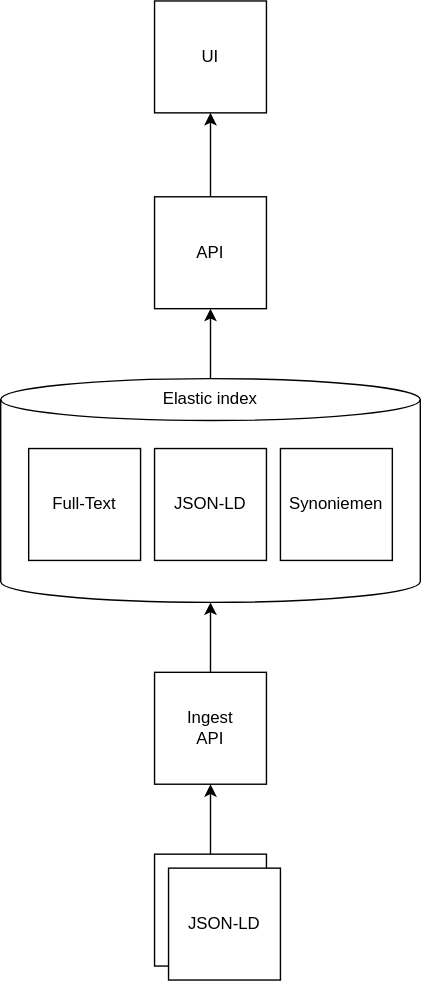
This is img/opzet_diagram.svg from structs-nl/zoekintranscripties, a draw.io export, as it was before one commit. Source tidied: cells renumbered, new cells last; positions are measured from the earlier drawing's top-left corner, leaving out a move shared by most shapes. Source of this version:
```xml
<mxGraphModel>
  <root>
    <mxCell id="0" />
    <mxCell id="1" parent="0" />
    <mxCell id="2" style="shape=cylinder3;whiteSpace=wrap;html=1;boundedLbl=1;backgroundOutline=1;size=15;" parent="1" vertex="1">
      <mxGeometry y="270" width="300" height="160" as="geometry" />
    </mxCell>
    <mxCell id="3" value="UI" style="whiteSpace=wrap;html=1;" parent="1" vertex="1">
      <mxGeometry x="110" width="80" height="80" as="geometry" />
    </mxCell>
    <mxCell id="4" value="API" style="whiteSpace=wrap;html=1;" parent="1" vertex="1">
      <mxGeometry x="110" y="140" width="80" height="80" as="geometry" />
    </mxCell>
    <mxCell id="5" value="JSON-LD" style="whiteSpace=wrap;html=1;" parent="1" vertex="1">
      <mxGeometry x="110" y="320" width="80" height="80" as="geometry" />
    </mxCell>
    <mxCell id="6" value="Ingest&lt;br&gt;API" style="whiteSpace=wrap;html=1;" parent="1" vertex="1">
      <mxGeometry x="110" y="480" width="80" height="80" as="geometry" />
    </mxCell>
    <mxCell id="7" value="Synoniemen" style="whiteSpace=wrap;html=1;" parent="1" vertex="1">
      <mxGeometry x="200" y="320" width="80" height="80" as="geometry" />
    </mxCell>
    <mxCell id="8" value="Full-Text" style="whiteSpace=wrap;html=1;" parent="1" vertex="1">
      <mxGeometry x="20" y="320" width="80" height="80" as="geometry" />
    </mxCell>
    <mxCell id="9" value="Elastic index" style="text;html=1;strokeColor=none;fillColor=none;align=center;verticalAlign=middle;whiteSpace=wrap;rounded=0;" parent="1" vertex="1">
      <mxGeometry x="90" y="270" width="120" height="30" as="geometry" />
    </mxCell>
    <mxCell id="10" style="endArrow=classic;html=1;rounded=0;exitX=0.5;exitY=0;exitDx=0;exitDy=0;" parent="1" edge="1" source="4" target="3">
      <mxGeometry relative="1" as="geometry" />
    </mxCell>
    <mxCell id="11" style="endArrow=classic;html=1;rounded=0;exitX=0.5;exitY=0;exitDx=0;exitDy=0;entryX=0.5;entryY=1;entryDx=0;entryDy=0;" parent="1" edge="1" source="9" target="4">
      <mxGeometry relative="1" as="geometry" />
    </mxCell>
    <mxCell id="12" style="endArrow=classic;html=1;rounded=0;entryX=0.5;entryY=1;entryDx=0;entryDy=0;entryPerimeter=0;" parent="1" edge="1" target="2">
      <mxGeometry relative="1" as="geometry">
        <mxPoint x="150" y="480" as="sourcePoint" />
      </mxGeometry>
    </mxCell>
    <mxCell id="13" style="endArrow=classic;html=1;rounded=0;entryX=0.5;entryY=1;entryDx=0;entryDy=0;exitX=0.5;exitY=0;exitDx=0;exitDy=0;" parent="1" edge="1" source="14" target="6">
      <mxGeometry relative="1" as="geometry" />
    </mxCell>
    <mxCell id="14" style="whiteSpace=wrap;html=1;" parent="1" vertex="1">
      <mxGeometry x="110" y="610" width="80" height="80" as="geometry" />
    </mxCell>
    <mxCell id="15" value="JSON-LD" style="whiteSpace=wrap;html=1;" parent="1" vertex="1">
      <mxGeometry x="120" y="620" width="80" height="80" as="geometry" />
    </mxCell>
  </root>
</mxGraphModel>
```
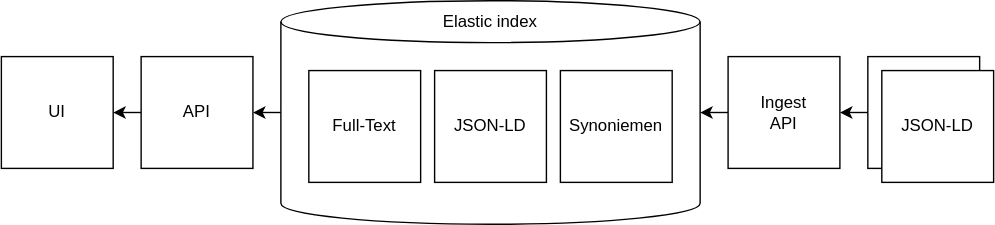
The same file after the commit.

Commit message:
horizontal diagram

The edit, as a diff of the source:
```diff
@@ -3,48 +3,46 @@
     <mxCell id="0" />
     <mxCell id="1" parent="0" />
     <mxCell id="2" style="shape=cylinder3;whiteSpace=wrap;html=1;boundedLbl=1;backgroundOutline=1;size=15;" parent="1" vertex="1">
-      <mxGeometry y="270" width="300" height="160" as="geometry" />
+      <mxGeometry x="30" y="270" width="300" height="160" as="geometry" />
     </mxCell>
     <mxCell id="3" value="UI" style="whiteSpace=wrap;html=1;" parent="1" vertex="1">
-      <mxGeometry x="110" width="80" height="80" as="geometry" />
+      <mxGeometry x="-170" y="310" width="80" height="80" as="geometry" />
     </mxCell>
     <mxCell id="4" value="API" style="whiteSpace=wrap;html=1;" parent="1" vertex="1">
-      <mxGeometry x="110" y="140" width="80" height="80" as="geometry" />
+      <mxGeometry x="-70" y="310" width="80" height="80" as="geometry" />
     </mxCell>
     <mxCell id="5" value="JSON-LD" style="whiteSpace=wrap;html=1;" parent="1" vertex="1">
-      <mxGeometry x="110" y="320" width="80" height="80" as="geometry" />
+      <mxGeometry x="140" y="320" width="80" height="80" as="geometry" />
     </mxCell>
     <mxCell id="6" value="Ingest&lt;br&gt;API" style="whiteSpace=wrap;html=1;" parent="1" vertex="1">
-      <mxGeometry x="110" y="480" width="80" height="80" as="geometry" />
+      <mxGeometry x="350" y="310" width="80" height="80" as="geometry" />
     </mxCell>
     <mxCell id="7" value="Synoniemen" style="whiteSpace=wrap;html=1;" parent="1" vertex="1">
-      <mxGeometry x="200" y="320" width="80" height="80" as="geometry" />
+      <mxGeometry x="230" y="320" width="80" height="80" as="geometry" />
     </mxCell>
     <mxCell id="8" value="Full-Text" style="whiteSpace=wrap;html=1;" parent="1" vertex="1">
-      <mxGeometry x="20" y="320" width="80" height="80" as="geometry" />
+      <mxGeometry x="50" y="320" width="80" height="80" as="geometry" />
     </mxCell>
     <mxCell id="9" value="Elastic index" style="text;html=1;strokeColor=none;fillColor=none;align=center;verticalAlign=middle;whiteSpace=wrap;rounded=0;" parent="1" vertex="1">
-      <mxGeometry x="90" y="270" width="120" height="30" as="geometry" />
+      <mxGeometry x="120" y="270" width="120" height="30" as="geometry" />
     </mxCell>
-    <mxCell id="10" style="endArrow=classic;html=1;rounded=0;exitX=0.5;exitY=0;exitDx=0;exitDy=0;" parent="1" edge="1" source="4" target="3">
+    <mxCell id="10" style="endArrow=classic;html=1;rounded=0;exitX=0;exitY=0.5;exitDx=0;exitDy=0;entryX=1;entryY=0.5;entryDx=0;entryDy=0;" parent="1" edge="1" source="4" target="3">
       <mxGeometry relative="1" as="geometry" />
     </mxCell>
-    <mxCell id="11" style="endArrow=classic;html=1;rounded=0;exitX=0.5;exitY=0;exitDx=0;exitDy=0;entryX=0.5;entryY=1;entryDx=0;entryDy=0;" parent="1" edge="1" source="9" target="4">
+    <mxCell id="11" style="endArrow=classic;html=1;rounded=0;exitX=0;exitY=0.5;exitDx=0;exitDy=0;entryX=1;entryY=0.5;entryDx=0;entryDy=0;exitPerimeter=0;" parent="1" edge="1" source="2" target="4">
       <mxGeometry relative="1" as="geometry" />
     </mxCell>
-    <mxCell id="12" style="endArrow=classic;html=1;rounded=0;entryX=0.5;entryY=1;entryDx=0;entryDy=0;entryPerimeter=0;" parent="1" edge="1" target="2">
-      <mxGeometry relative="1" as="geometry">
-        <mxPoint x="150" y="480" as="sourcePoint" />
-      </mxGeometry>
+    <mxCell id="12" style="endArrow=classic;html=1;rounded=0;entryX=1;entryY=0.5;entryDx=0;entryDy=0;entryPerimeter=0;exitX=0;exitY=0.5;exitDx=0;exitDy=0;" parent="1" edge="1" source="6" target="2">
+      <mxGeometry relative="1" as="geometry" />
     </mxCell>
-    <mxCell id="13" style="endArrow=classic;html=1;rounded=0;entryX=0.5;entryY=1;entryDx=0;entryDy=0;exitX=0.5;exitY=0;exitDx=0;exitDy=0;" parent="1" edge="1" source="14" target="6">
+    <mxCell id="13" style="endArrow=classic;html=1;rounded=0;entryX=1;entryY=0.5;entryDx=0;entryDy=0;exitX=0;exitY=0.5;exitDx=0;exitDy=0;" parent="1" edge="1" source="14" target="6">
       <mxGeometry relative="1" as="geometry" />
     </mxCell>
     <mxCell id="14" style="whiteSpace=wrap;html=1;" parent="1" vertex="1">
-      <mxGeometry x="110" y="610" width="80" height="80" as="geometry" />
+      <mxGeometry x="450" y="310" width="80" height="80" as="geometry" />
     </mxCell>
     <mxCell id="15" value="JSON-LD" style="whiteSpace=wrap;html=1;" parent="1" vertex="1">
-      <mxGeometry x="120" y="620" width="80" height="80" as="geometry" />
+      <mxGeometry x="460" y="320" width="80" height="80" as="geometry" />
     </mxCell>
   </root>
 </mxGraphModel>
```
